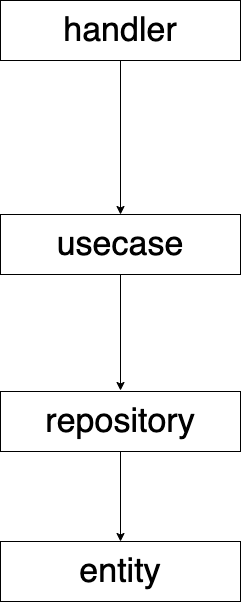
Before: img/add_usecase.png, a diagram exported from draw.io (shinya-ml/geeksai-backend-study). Source tidied: cells renumbered, new cells last; positions are measured from the earlier drawing's top-left corner, leaving out a move shared by most shapes. Source of this version:
```xml
<mxGraphModel>
  <root>
    <mxCell id="0" />
    <mxCell id="1" parent="0" />
    <mxCell id="2" value="&lt;font style=&quot;font-size: 34px&quot;&gt;handler&lt;/font&gt;" style="rounded=0;whiteSpace=wrap;html=1;" parent="1" vertex="1">
      <mxGeometry width="240" height="60" as="geometry" />
    </mxCell>
    <mxCell id="3" value="&lt;span style=&quot;font-size: 34px&quot;&gt;usecase&lt;/span&gt;" style="rounded=0;whiteSpace=wrap;html=1;" parent="1" vertex="1">
      <mxGeometry y="214" width="240" height="60" as="geometry" />
    </mxCell>
    <mxCell id="4" style="endArrow=classic;html=1;fontSize=34;exitX=0.5;exitY=1;exitDx=0;exitDy=0;entryX=0.5;entryY=0;entryDx=0;entryDy=0;" parent="1" edge="1" source="2" target="3">
      <mxGeometry relative="1" as="geometry" />
    </mxCell>
    <mxCell id="5" style="endArrow=classic;html=1;fontSize=34;exitX=0.5;exitY=1;exitDx=0;exitDy=0;entryX=0.5;entryY=0;entryDx=0;entryDy=0;entryPerimeter=0;" parent="1" edge="1" source="3">
      <mxGeometry relative="1" as="geometry">
        <mxPoint x="120" y="390" as="targetPoint" />
      </mxGeometry>
    </mxCell>
    <mxCell id="6" value="&lt;span style=&quot;font-size: 34px&quot;&gt;entity&lt;/span&gt;" style="rounded=0;whiteSpace=wrap;html=1;" parent="1" vertex="1">
      <mxGeometry y="541" width="240" height="60" as="geometry" />
    </mxCell>
    <mxCell id="7" style="edgeStyle=none;html=1;" parent="1" edge="1" source="8" target="6">
      <mxGeometry relative="1" as="geometry" />
    </mxCell>
    <mxCell id="8" value="&lt;span style=&quot;font-size: 34px&quot;&gt;repository&lt;/span&gt;" style="rounded=0;whiteSpace=wrap;html=1;" parent="1" vertex="1">
      <mxGeometry y="391" width="240" height="60" as="geometry" />
    </mxCell>
  </root>
</mxGraphModel>
```
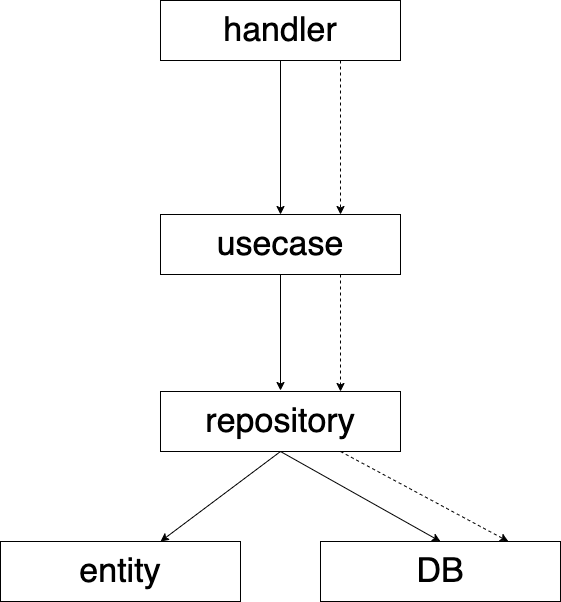
After the commit.

The edit, as a diff of the source:
```diff
@@ -17,13 +17,28 @@
       </mxGeometry>
     </mxCell>
     <mxCell id="6" value="&lt;span style=&quot;font-size: 34px&quot;&gt;entity&lt;/span&gt;" style="rounded=0;whiteSpace=wrap;html=1;" parent="1" vertex="1">
-      <mxGeometry y="541" width="240" height="60" as="geometry" />
+      <mxGeometry x="-160" y="541" width="240" height="60" as="geometry" />
     </mxCell>
-    <mxCell id="7" style="edgeStyle=none;html=1;" parent="1" edge="1" source="8" target="6">
+    <mxCell id="7" style="edgeStyle=none;html=1;exitX=0.5;exitY=1;exitDx=0;exitDy=0;" parent="1" edge="1" source="8" target="6">
       <mxGeometry relative="1" as="geometry" />
     </mxCell>
     <mxCell id="8" value="&lt;span style=&quot;font-size: 34px&quot;&gt;repository&lt;/span&gt;" style="rounded=0;whiteSpace=wrap;html=1;" parent="1" vertex="1">
       <mxGeometry y="391" width="240" height="60" as="geometry" />
     </mxCell>
+    <mxCell id="9" value="&lt;span style=&quot;font-size: 34px&quot;&gt;DB&lt;/span&gt;" style="rounded=0;whiteSpace=wrap;html=1;" parent="1" vertex="1">
+      <mxGeometry x="160" y="541" width="240" height="60" as="geometry" />
+    </mxCell>
+    <mxCell id="10" style="endArrow=classic;html=1;exitX=0.5;exitY=1;exitDx=0;exitDy=0;entryX=0.5;entryY=0;entryDx=0;entryDy=0;" parent="1" edge="1" source="8" target="9">
+      <mxGeometry relative="1" as="geometry" />
+    </mxCell>
+    <mxCell id="11" style="endArrow=classic;html=1;exitX=0.75;exitY=1;exitDx=0;exitDy=0;entryX=0.783;entryY=0;entryDx=0;entryDy=0;entryPerimeter=0;dashed=1;" parent="1" edge="1" source="8" target="9">
+      <mxGeometry relative="1" as="geometry" />
+    </mxCell>
+    <mxCell id="12" style="endArrow=classic;html=1;dashed=1;exitX=0.75;exitY=1;exitDx=0;exitDy=0;entryX=0.75;entryY=0;entryDx=0;entryDy=0;" parent="1" edge="1" source="3" target="8">
+      <mxGeometry relative="1" as="geometry" />
+    </mxCell>
+    <mxCell id="13" style="endArrow=classic;html=1;dashed=1;exitX=0.75;exitY=1;exitDx=0;exitDy=0;entryX=0.75;entryY=0;entryDx=0;entryDy=0;" parent="1" edge="1" source="2" target="3">
+      <mxGeometry relative="1" as="geometry" />
+    </mxCell>
   </root>
 </mxGraphModel>
```
